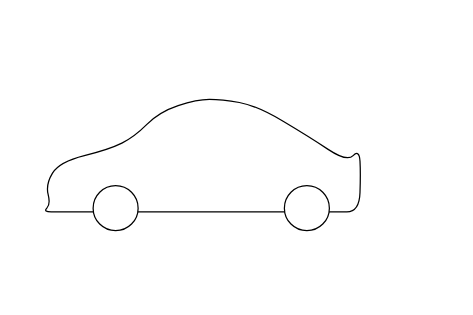
Above: BEV thrml model diagram.drawio in calbaker/vector_graphics (draw.io), before the change. Source tidied: cells renumbered, new cells numbered last; positions are measured from the earlier drawing's top-left corner, leaving out a move shared by most shapes. Both pictures are drawn from the tidied source at 125%, with x=0, y=0 at pixel (42, 99).
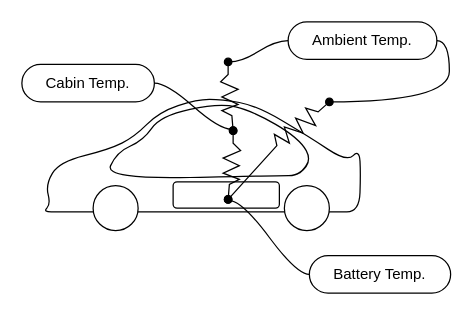
The same page after the edit.

What changed in the source:
```diff
@@
+    <mxCell id="5" style="curved=1;endArrow=none;html=1;rounded=0;endFill=0;strokeColor=default;shadow=0;fillColor=light-dark(transparent,#FF8000);" parent="1" edge="1">
+      <mxGeometry relative="1" as="geometry">
+        <mxPoint x="212" y="50" as="sourcePoint" />
+        <mxPoint x="205" y="59" as="targetPoint" />
+        <Array as="points">
+          <mxPoint x="207" y="61" />
+          <mxPoint x="186" y="61" />
+          <mxPoint x="49" y="64" />
+          <mxPoint x="59" y="42" />
+          <mxPoint x="80" y="33" />
+          <mxPoint x="94" y="13" />
+          <mxPoint x="141" y="3" />
+          <mxPoint x="167" y="9" />
+          <mxPoint x="205" y="31" />
+          <mxPoint x="216" y="51" />
+        </Array>
+      </mxGeometry>
+    </mxCell>
+    <mxCell id="6" style="rounded=1;whiteSpace=wrap;html=1;" parent="1" vertex="1">
+      <mxGeometry x="104" y="66" width="85" height="21" as="geometry" />
+    </mxCell>
+    <mxCell id="7" style="endArrow=oval;html=1;rounded=0;strokeColor=light-dark(#000000,#CC0000);startArrow=oval;startFill=1;endFill=1;" parent="1" edge="1">
+      <mxGeometry relative="1" as="geometry">
+        <mxPoint x="148" y="80" as="sourcePoint" />
+        <mxPoint x="152" y="25" as="targetPoint" />
+        <Array as="points">
+          <mxPoint x="149" y="68" />
+          <mxPoint x="157" y="64" />
+          <mxPoint x="144" y="59" />
+          <mxPoint x="157" y="53" />
+          <mxPoint x="144" y="47" />
+          <mxPoint x="158" y="41" />
+          <mxPoint x="152" y="35" />
+        </Array>
+      </mxGeometry>
+    </mxCell>
+    <mxCell id="8" style="endArrow=oval;html=1;rounded=0;strokeColor=light-dark(#000000,#CC0000);startArrow=oval;startFill=1;endFill=1;" parent="1" edge="1">
+      <mxGeometry relative="1" as="geometry">
+        <mxPoint x="148" y="80" as="sourcePoint" />
+        <mxPoint x="229" y="2" as="targetPoint" />
+        <Array as="points">
+          <mxPoint x="187" y="37" />
+          <mxPoint x="185" y="28" />
+          <mxPoint x="197" y="35" />
+          <mxPoint x="193" y="22" />
+          <mxPoint x="208" y="27" />
+          <mxPoint x="202" y="15" />
+          <mxPoint x="218" y="21" />
+          <mxPoint x="210" y="7" />
+          <mxPoint x="220" y="10" />
+        </Array>
+      </mxGeometry>
+    </mxCell>
+    <mxCell id="9" style="endArrow=oval;html=1;rounded=0;strokeColor=light-dark(#000000,#CC0000);startArrow=oval;startFill=1;endFill=1;" parent="1" edge="1">
+      <mxGeometry relative="1" as="geometry">
+        <mxPoint x="152" y="25" as="sourcePoint" />
+        <mxPoint x="148" y="-30" as="targetPoint" />
+        <Array as="points">
+          <mxPoint x="151" y="13" />
+          <mxPoint x="143" y="9" />
+          <mxPoint x="156" y="4" />
+          <mxPoint x="143" y="-2" />
+          <mxPoint x="156" y="-8" />
+          <mxPoint x="142" y="-14" />
+          <mxPoint x="148" y="-20" />
+        </Array>
+      </mxGeometry>
+    </mxCell>
+    <mxCell id="10" value="Battery Temp." style="whiteSpace=wrap;html=1;rounded=1;arcSize=50;align=center;verticalAlign=middle;strokeWidth=1;spacing=4;newEdgeStyle={&quot;edgeStyle&quot;:&quot;entityRelationEdgeStyle&quot;,&quot;startArrow&quot;:&quot;none&quot;,&quot;endArrow&quot;:&quot;none&quot;,&quot;segment&quot;:10,&quot;curved&quot;:1,&quot;sourcePerimeterSpacing&quot;:0,&quot;targetPerimeterSpacing&quot;:0};" parent="1" vertex="1">
+      <mxGeometry x="213" y="125" width="113" height="30" as="geometry" />
+    </mxCell>
+    <mxCell id="11" style="edgeStyle=entityRelationEdgeStyle;startArrow=none;endArrow=none;segment=10;curved=1;sourcePerimeterSpacing=0;targetPerimeterSpacing=0;rounded=0;" parent="1" edge="1" target="10">
+      <mxGeometry relative="1" as="geometry">
+        <mxPoint x="149" y="81" as="sourcePoint" />
+      </mxGeometry>
+    </mxCell>
+    <mxCell id="12" value="Ambient Temp." style="whiteSpace=wrap;html=1;rounded=1;arcSize=50;align=center;verticalAlign=middle;strokeWidth=1;spacing=4;newEdgeStyle={&quot;edgeStyle&quot;:&quot;entityRelationEdgeStyle&quot;,&quot;startArrow&quot;:&quot;none&quot;,&quot;endArrow&quot;:&quot;none&quot;,&quot;segment&quot;:10,&quot;curved&quot;:1,&quot;sourcePerimeterSpacing&quot;:0,&quot;targetPerimeterSpacing&quot;:0};" parent="1" vertex="1">
+      <mxGeometry x="196" y="-62" width="119" height="30" as="geometry" />
+    </mxCell>
+    <mxCell id="13" style="edgeStyle=entityRelationEdgeStyle;startArrow=none;endArrow=none;segment=10;curved=1;sourcePerimeterSpacing=0;targetPerimeterSpacing=0;rounded=0;" parent="1" edge="1" target="12">
+      <mxGeometry relative="1" as="geometry">
+        <mxPoint x="229" y="2" as="sourcePoint" />
+        <Array as="points">
+          <mxPoint x="302" y="41" />
+          <mxPoint x="286" y="-16" />
+        </Array>
+      </mxGeometry>
+    </mxCell>
+    <mxCell id="14" style="edgeStyle=entityRelationEdgeStyle;startArrow=none;endArrow=none;segment=10;curved=1;sourcePerimeterSpacing=0;targetPerimeterSpacing=0;rounded=0;entryX=0;entryY=0.5;entryDx=0;entryDy=0;" parent="1" edge="1" target="12">
+      <mxGeometry relative="1" as="geometry">
+        <mxPoint x="149" y="-30" as="sourcePoint" />
+        <Array as="points">
+          <mxPoint x="151" y="-31" />
+        </Array>
+      </mxGeometry>
+    </mxCell>
+    <mxCell id="15" value="Cabin Temp." style="whiteSpace=wrap;html=1;rounded=1;arcSize=50;align=center;verticalAlign=middle;strokeWidth=1;spacing=4;newEdgeStyle={&quot;edgeStyle&quot;:&quot;entityRelationEdgeStyle&quot;,&quot;startArrow&quot;:&quot;none&quot;,&quot;endArrow&quot;:&quot;none&quot;,&quot;segment&quot;:10,&quot;curved&quot;:1,&quot;sourcePerimeterSpacing&quot;:0,&quot;targetPerimeterSpacing&quot;:0};" parent="1" vertex="1">
+      <mxGeometry x="-17" y="-28" width="106" height="30" as="geometry" />
+    </mxCell>
+    <mxCell id="16" style="edgeStyle=entityRelationEdgeStyle;startArrow=none;endArrow=none;segment=10;curved=1;sourcePerimeterSpacing=0;targetPerimeterSpacing=0;rounded=0;exitX=1;exitY=0.5;exitDx=0;exitDy=0;" parent="1" edge="1" source="15">
+      <mxGeometry relative="1" as="geometry">
+        <mxPoint x="151" y="24" as="targetPoint" />
+        <Array as="points">
+          <mxPoint x="211" y="-62" />
+        </Array>
+      </mxGeometry>
+    </mxCell>
```
